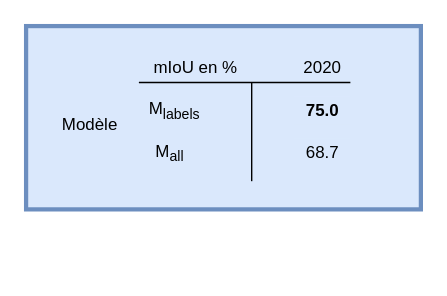
felixquinton1/lightweight-temporal-attention-pytorch keeps this draw.io diagram as illustrations/conf_mat_exp2_no_obs.drawio. Above is the earlier version. Source tidied: cells renumbered, new cells numbered last; positions are measured from the earlier drawing's top-left corner, leaving out a move shared by most shapes. Both pictures are drawn from the tidied source at 141%, with x=0, y=0 at pixel (25, 25).
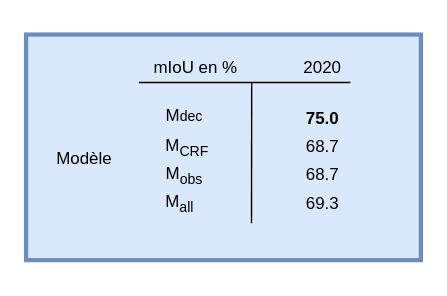
The same page after the edit.

Diff of the diagram source:
```diff
@@
 <mxGraphModel>
   <root>
     <mxCell id="0" />
     <mxCell id="1" parent="0" />
     <mxCell id="2" style="rounded=0;whiteSpace=wrap;html=1;labelBackgroundColor=none;strokeColor=#6c8ebf;strokeWidth=3;fillColor=#dae8fc;" parent="1" vertex="1">
-      <mxGeometry width="280" height="130" as="geometry" />
+      <mxGeometry y="6" width="280" height="160" as="geometry" />
     </mxCell>
     <mxCell id="3" value="Modèle" style="text;html=1;align=center;verticalAlign=middle;strokeColor=none;" parent="1" vertex="1">
-      <mxGeometry x="20" y="60" width="50" height="20" as="geometry" />
+      <mxGeometry x="16" y="84" width="50" height="20" as="geometry" />
     </mxCell>
     <mxCell id="4" value="&amp;nbsp;&amp;nbsp;&amp;nbsp; M&lt;sub&gt;all&lt;/sub&gt;" style="text;html=1;align=center;verticalAlign=middle;strokeColor=none;" parent="1" vertex="1">
-      <mxGeometry x="70" y="80" width="50" height="20" as="geometry" />
+      <mxGeometry x="77" y="116" width="50" height="20" as="geometry" />
     </mxCell>
     <mxCell id="5" value="&lt;b&gt;75.0&lt;/b&gt;" style="text;html=1;align=center;verticalAlign=middle;fillColor=#dae8fc;strokeWidth=2;" parent="1" vertex="1">
-      <mxGeometry x="190" y="50" width="40" height="20" as="geometry" />
+      <mxGeometry x="190" y="56" width="40" height="20" as="geometry" />
     </mxCell>
     <mxCell id="6" value="mIoU en %" style="text;html=1;align=center;verticalAlign=middle;strokeColor=none;" parent="1" vertex="1">
       <mxGeometry x="85" y="20" width="70" height="20" as="geometry" />
     </mxCell>
-    <mxCell id="7" style="endArrow=none;html=1;fontColor=#FF3333;" parent="1" edge="1">
+    <mxCell id="7" style="endArrow=none;html=1;fontColor=#FF3333;exitX=0.571;exitY=0.837;exitDx=0;exitDy=0;exitPerimeter=0;" parent="1" edge="1" source="2">
       <mxGeometry relative="1" as="geometry">
-        <mxPoint x="160" y="110" as="sourcePoint" />
         <mxPoint x="160" y="40" as="targetPoint" />
       </mxGeometry>
     </mxCell>
-    <mxCell id="8" value="&lt;div&gt;M&lt;sub&gt;labels&lt;/sub&gt;&lt;/div&gt;" style="text;html=1;align=center;verticalAlign=middle;strokeColor=none;" parent="1" vertex="1">
-      <mxGeometry x="80" y="50" width="50" height="20" as="geometry" />
+    <mxCell id="8" value="&lt;div&gt;M&lt;span style=&quot;font-size: 10px&quot;&gt;dec&lt;/span&gt;&lt;/div&gt;" style="text;html=1;align=center;verticalAlign=middle;strokeColor=none;" parent="1" vertex="1">
+      <mxGeometry x="92" y="54" width="40" height="20" as="geometry" />
     </mxCell>
     <mxCell id="9" value="68.7" style="text;html=1;align=center;verticalAlign=middle;fillColor=#dae8fc;strokeWidth=2;" parent="1" vertex="1">
-      <mxGeometry x="190" y="80" width="40" height="20" as="geometry" />
+      <mxGeometry x="190" y="96" width="40" height="20" as="geometry" />
     </mxCell>
     <mxCell id="10" value="&lt;div&gt;2020&lt;/div&gt;" style="text;html=1;align=center;verticalAlign=middle;points=[];strokeColor=none;" parent="1" vertex="1">
       <mxGeometry x="190" y="20" width="40" height="20" as="geometry" />
     </mxCell>
     <mxCell id="11" style="endArrow=none;html=1;fontColor=#FF3333;entryX=1;entryY=1;entryDx=0;entryDy=0;entryPerimeter=0;" parent="1" edge="1" target="10">
       <mxGeometry relative="1" as="geometry">
         <mxPoint x="80" y="40" as="sourcePoint" />
       </mxGeometry>
     </mxCell>
     <mxCell id="12" style="edgeStyle=orthogonalEdgeStyle;rounded=0;orthogonalLoop=1;jettySize=auto;html=1;exitX=0.5;exitY=1;exitDx=0;exitDy=0;fontColor=#7EA6E0;" parent="1" edge="1" source="2" target="2">
       <mxGeometry relative="1" as="geometry" />
     </mxCell>
+    <mxCell id="13" value="&lt;div&gt;M&lt;sub&gt;obs&lt;/sub&gt;&lt;/div&gt;" style="text;html=1;align=center;verticalAlign=middle;strokeColor=none;" parent="1" vertex="1">
+      <mxGeometry x="92" y="96" width="40" height="20" as="geometry" />
+    </mxCell>
+    <mxCell id="14" value="69.3" style="text;html=1;align=center;verticalAlign=middle;fillColor=#dae8fc;strokeWidth=2;" parent="1" vertex="1">
+      <mxGeometry x="190" y="116" width="40" height="20" as="geometry" />
+    </mxCell>
+    <mxCell id="15" value="68.7" style="text;html=1;align=center;verticalAlign=middle;fillColor=#dae8fc;strokeWidth=2;" parent="1" vertex="1">
+      <mxGeometry x="190" y="76" width="40" height="20" as="geometry" />
+    </mxCell>
+    <mxCell id="16" value="&lt;div&gt;M&lt;sub&gt;CRF&lt;/sub&gt;&lt;/div&gt;" style="text;html=1;align=center;verticalAlign=middle;strokeColor=none;" parent="1" vertex="1">
+      <mxGeometry x="89" y="76" width="50" height="20" as="geometry" />
+    </mxCell>
   </root>
 </mxGraphModel>
```
